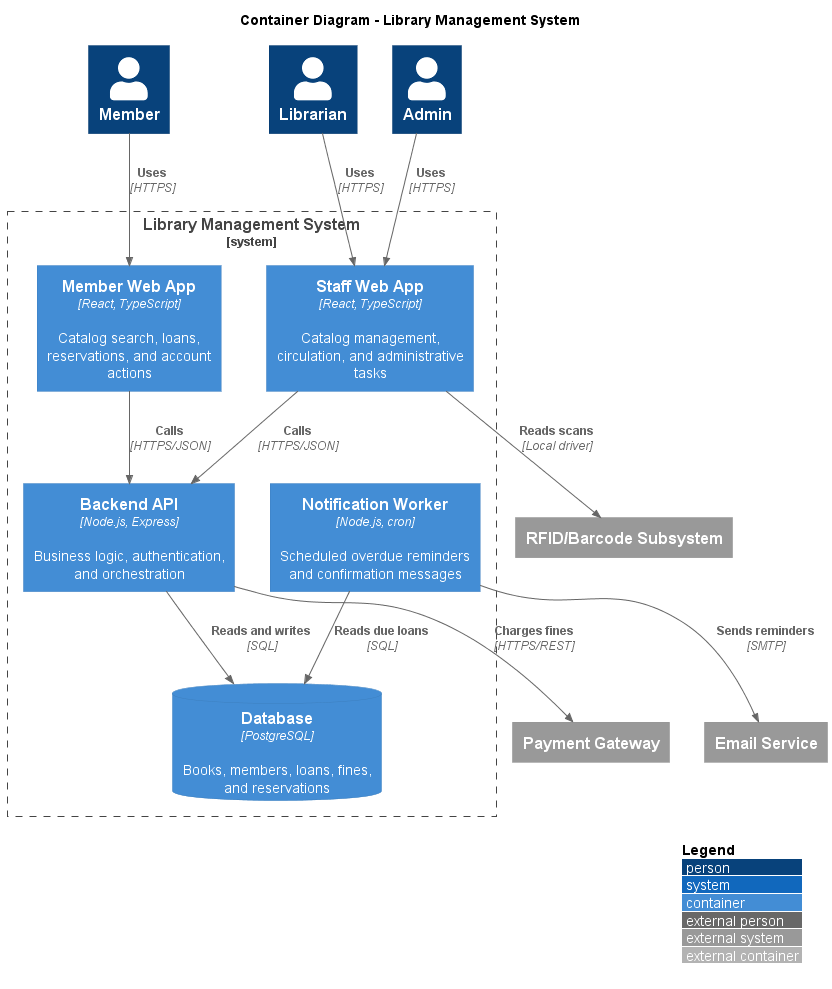
The PlantUML diagram docs/images/c4_l2_container.png in HashimZuraiqi/Software-Eng.-Project-UNTITLED, before a commit.
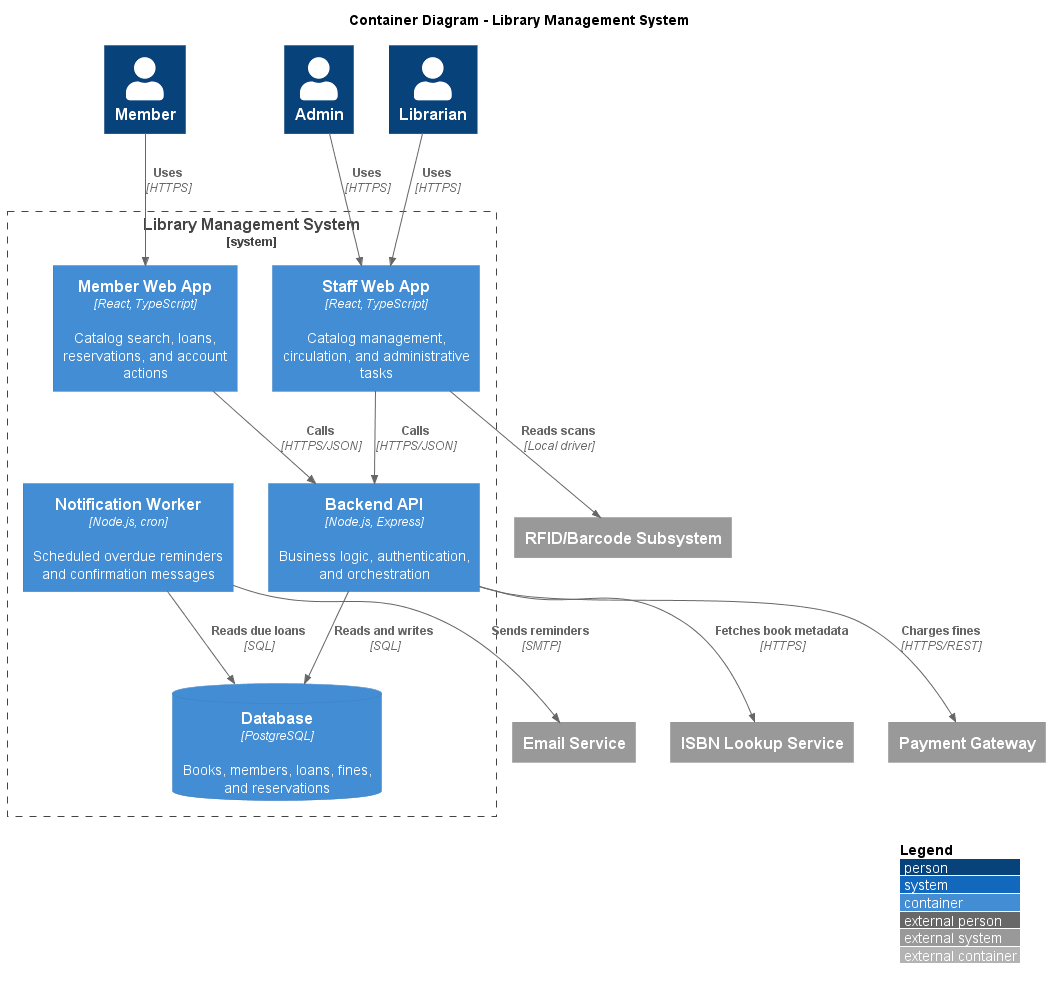
The same diagram one commit later.

Commit message:
Update use_case and c4_l2_container PNG exports

Re-exported after fixing missing actor/use-case links and adding
ISBN Lookup Service to the container diagram.

Diff of the diagram source:
```diff
@@ -19,6 +19,7 @@
 System_Ext(email, "Email Service")
 System_Ext(payment, "Payment Gateway")
 System_Ext(rfid, "RFID/Barcode Subsystem")
+System_Ext(isbn, "ISBN Lookup Service")
 
 Rel(member, memberApp, "Uses", "HTTPS")
 Rel(librarian, staffApp, "Uses", "HTTPS")
@@ -30,6 +31,7 @@
 Rel(worker, db, "Reads due loans", "SQL")
 Rel(worker, email, "Sends reminders", "SMTP")
 Rel(api, payment, "Charges fines", "HTTPS/REST")
+Rel(api, isbn, "Fetches book metadata", "HTTPS")
 Rel(staffApp, rfid, "Reads scans", "Local driver")
 
 @enduml
```
